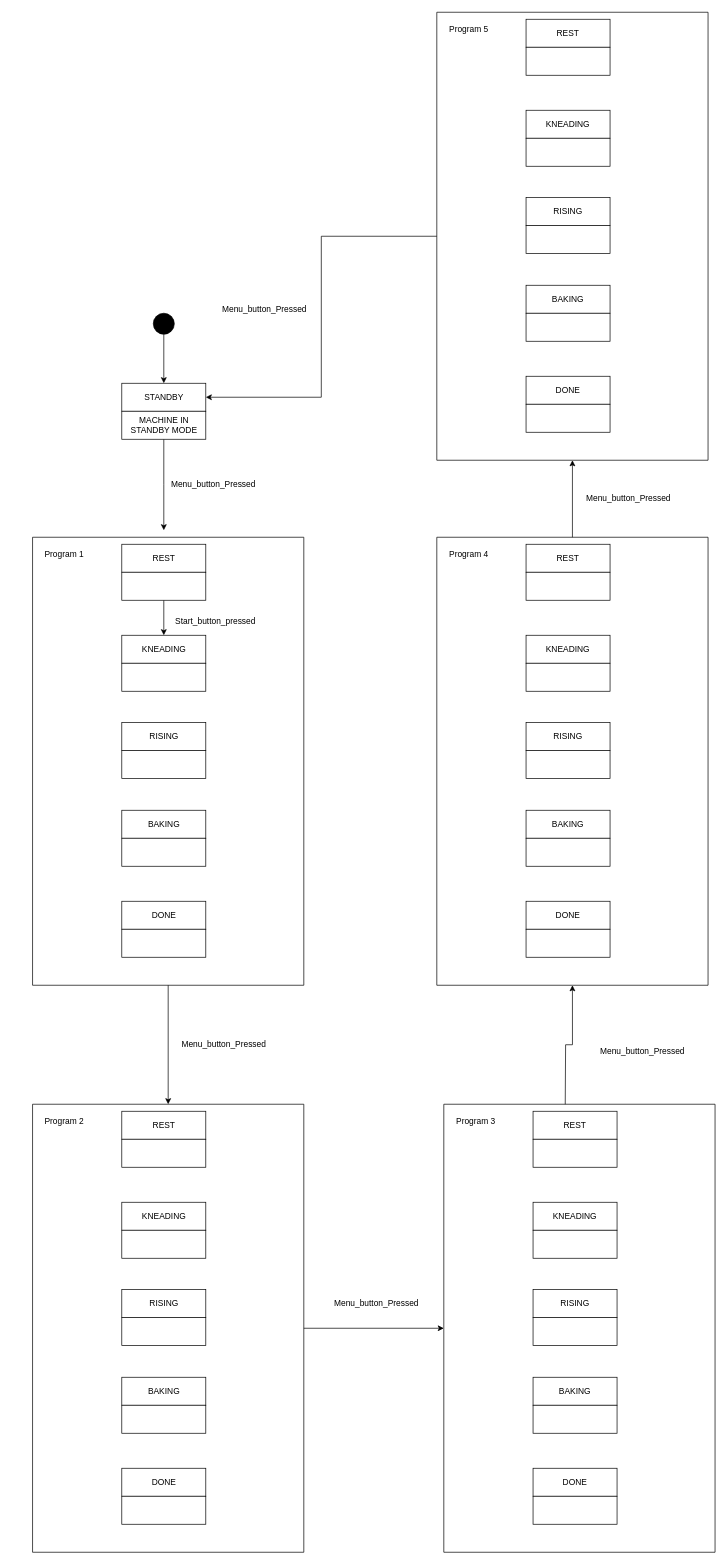
TiemonS/Tiemon-Steeghs-Semester-3-Repository keeps this draw.io diagram as Sofware Design/States/Breadbaker states.drawio. Above is the earlier version. Source tidied: cells renumbered, new cells numbered last; positions are measured from the earlier drawing's top-left corner, leaving out a move shared by most shapes. Both pictures are drawn from the tidied source at 70%, with x=0, y=0 at pixel (32, 12).
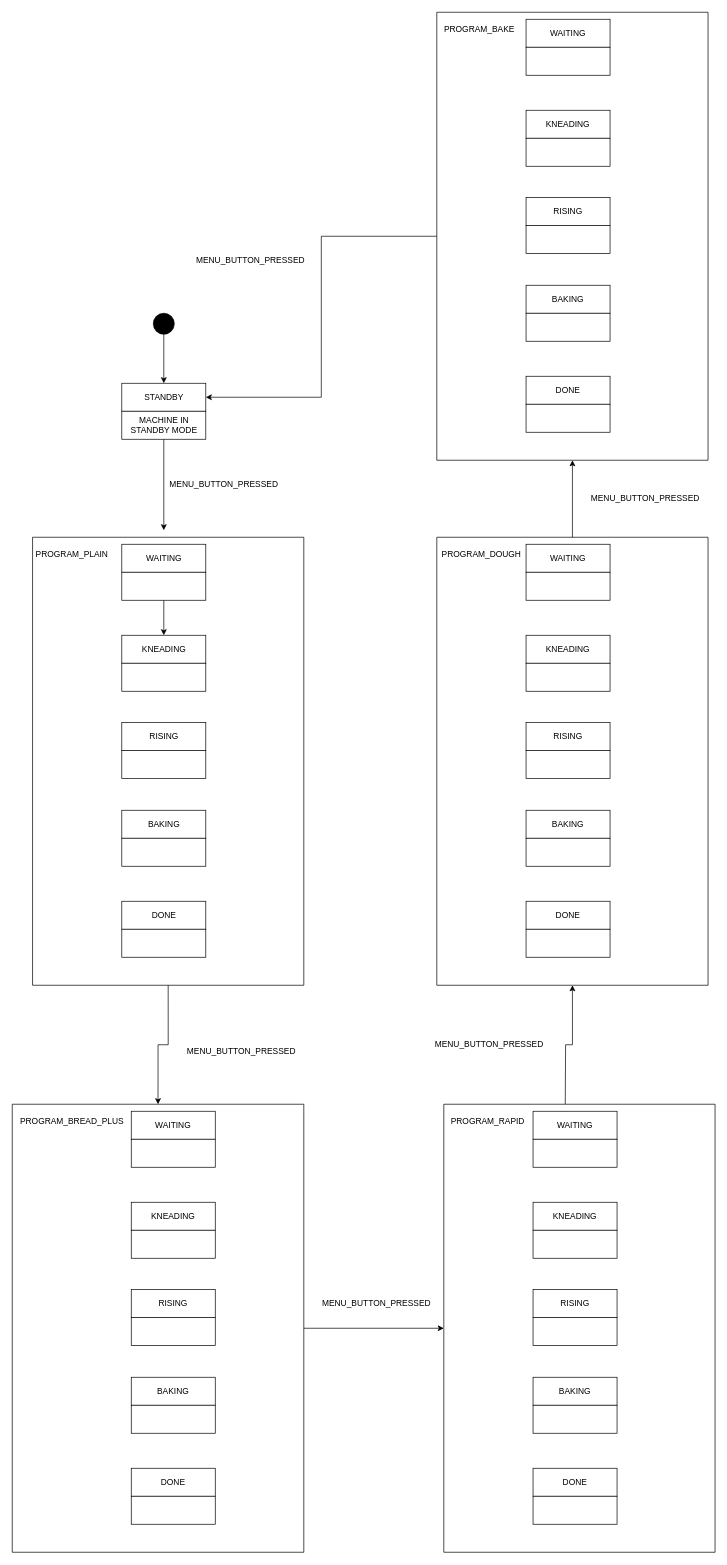
The same diagram, later.

The change refers to these unchanged cells:
```xml
<mxCell id="9" style="swimlane;startSize=0;" parent="1" vertex="1">
  <mxGeometry y="750" width="387.5" height="640" as="geometry" />
</mxCell>
<mxCell id="37" style="swimlane;startSize=0;" parent="1" vertex="1">
  <mxGeometry x="587.5" y="1560" width="387.5" height="640" as="geometry" />
</mxCell>
<mxCell id="50" style="swimlane;startSize=0;" parent="1" vertex="1">
  <mxGeometry x="577.5" y="750" width="387.5" height="640" as="geometry" />
</mxCell>
<mxCell id="63" style="swimlane;startSize=0;" parent="1" vertex="1">
  <mxGeometry x="577.5" width="387.5" height="640" as="geometry" />
</mxCell>
```

Diff of the diagram source:
```diff
@@
-    <mxCell id="7" value="Menu_button_Pressed" style="text;html=1;align=center;verticalAlign=middle;strokeColor=none;fillColor=none;" parent="1" vertex="1">
-      <mxGeometry x="187.5" y="660" width="140" height="30" as="geometry" />
+    <mxCell id="7" value="MENU_BUTTON_PRESSED" style="text;html=1;align=center;verticalAlign=middle;strokeColor=none;fillColor=none;" parent="1" vertex="1">
+      <mxGeometry x="182.5" y="660" width="180" height="30" as="geometry" />
     </mxCell>
@@
-    <mxCell id="10" value="Program 1" style="text;html=1;align=center;verticalAlign=middle;strokeColor=none;fillColor=none;" parent="9" vertex="1">
-      <mxGeometry x="5" y="10" width="80" height="30" as="geometry" />
+    <mxCell id="10" value="PROGRAM_PLAIN" style="text;html=1;align=center;verticalAlign=middle;strokeColor=none;fillColor=none;" parent="9" vertex="1">
+      <mxGeometry x="-9" y="10" width="130" height="30" as="geometry" />
     </mxCell>
-    <mxCell id="11" value="REST" style="rounded=0;whiteSpace=wrap;html=1;" parent="9" vertex="1">
+    <mxCell id="11" value="WAITING" style="rounded=0;whiteSpace=wrap;html=1;" parent="9" vertex="1">
       <mxGeometry x="127.5" y="10" width="120" height="40" as="geometry" />
     </mxCell>
@@
-    <mxCell id="22" value="Start_button_pressed" style="text;html=1;align=center;verticalAlign=middle;strokeColor=none;fillColor=none;" parent="9" vertex="1">
-      <mxGeometry x="191" y="105" width="140" height="30" as="geometry" />
-    </mxCell>
@@
     <mxCell id="24" style="swimlane;startSize=0;" parent="1" vertex="1">
-      <mxGeometry y="1560" width="387.5" height="640" as="geometry" />
+      <mxGeometry x="-29" y="1560" width="416.5" height="640" as="geometry" />
     </mxCell>
-    <mxCell id="25" value="Program 2" style="text;html=1;align=center;verticalAlign=middle;strokeColor=none;fillColor=none;" parent="24" vertex="1">
-      <mxGeometry x="5" y="10" width="80" height="30" as="geometry" />
-    </mxCell>
-    <mxCell id="26" value="REST" style="rounded=0;whiteSpace=wrap;html=1;" parent="24" vertex="1">
-      <mxGeometry x="127.5" y="10" width="120" height="40" as="geometry" />
+    <mxCell id="26" value="WAITING" style="rounded=0;whiteSpace=wrap;html=1;" parent="24" vertex="1">
+      <mxGeometry x="170" y="10" width="120" height="40" as="geometry" />
     </mxCell>
     <mxCell id="27" style="rounded=0;whiteSpace=wrap;html=1;" parent="24" vertex="1">
-      <mxGeometry x="127.5" y="50" width="120" height="40" as="geometry" />
+      <mxGeometry x="170" y="50" width="120" height="40" as="geometry" />
     </mxCell>
     <mxCell id="28" value="KNEADING" style="rounded=0;whiteSpace=wrap;html=1;" parent="24" vertex="1">
-      <mxGeometry x="127.5" y="140" width="120" height="40" as="geometry" />
+      <mxGeometry x="170" y="140" width="120" height="40" as="geometry" />
     </mxCell>
     <mxCell id="29" style="rounded=0;whiteSpace=wrap;html=1;" parent="24" vertex="1">
-      <mxGeometry x="127.5" y="180" width="120" height="40" as="geometry" />
+      <mxGeometry x="170" y="180" width="120" height="40" as="geometry" />
     </mxCell>
     <mxCell id="30" value="RISING" style="rounded=0;whiteSpace=wrap;html=1;" parent="24" vertex="1">
-      <mxGeometry x="127.5" y="264.5" width="120" height="40" as="geometry" />
+      <mxGeometry x="170" y="264.5" width="120" height="40" as="geometry" />
     </mxCell>
     <mxCell id="31" style="rounded=0;whiteSpace=wrap;html=1;" parent="24" vertex="1">
-      <mxGeometry x="127.5" y="304.5" width="120" height="40" as="geometry" />
+      <mxGeometry x="170" y="304.5" width="120" height="40" as="geometry" />
     </mxCell>
     <mxCell id="32" value="BAKING" style="rounded=0;whiteSpace=wrap;html=1;" parent="24" vertex="1">
-      <mxGeometry x="127.5" y="390" width="120" height="40" as="geometry" />
+      <mxGeometry x="170" y="390" width="120" height="40" as="geometry" />
     </mxCell>
     <mxCell id="33" style="rounded=0;whiteSpace=wrap;html=1;" parent="24" vertex="1">
-      <mxGeometry x="127.5" y="430" width="120" height="40" as="geometry" />
+      <mxGeometry x="170" y="430" width="120" height="40" as="geometry" />
     </mxCell>
     <mxCell id="34" value="DONE" style="rounded=0;whiteSpace=wrap;html=1;" parent="24" vertex="1">
-      <mxGeometry x="127.5" y="520" width="120" height="40" as="geometry" />
+      <mxGeometry x="170" y="520" width="120" height="40" as="geometry" />
     </mxCell>
     <mxCell id="35" style="rounded=0;whiteSpace=wrap;html=1;" parent="24" vertex="1">
-      <mxGeometry x="127.5" y="560" width="120" height="40" as="geometry" />
+      <mxGeometry x="170" y="560" width="120" height="40" as="geometry" />
     </mxCell>
+    <mxCell id="25" value="PROGRAM_BREAD_PLUS" style="text;html=1;align=center;verticalAlign=middle;strokeColor=none;fillColor=none;" parent="24" vertex="1">
+      <mxGeometry y="10" width="170" height="30" as="geometry" />
+    </mxCell>
@@
-    <mxCell id="38" value="Program 3" style="text;html=1;align=center;verticalAlign=middle;strokeColor=none;fillColor=none;" parent="37" vertex="1">
-      <mxGeometry x="5" y="10" width="80" height="30" as="geometry" />
+    <mxCell id="38" value="PROGRAM_RAPID" style="text;html=1;align=center;verticalAlign=middle;strokeColor=none;fillColor=none;" parent="37" vertex="1">
+      <mxGeometry x="-2.5" y="10" width="130" height="30" as="geometry" />
     </mxCell>
-    <mxCell id="39" value="REST" style="rounded=0;whiteSpace=wrap;html=1;" parent="37" vertex="1">
+    <mxCell id="39" value="WAITING" style="rounded=0;whiteSpace=wrap;html=1;" parent="37" vertex="1">
       <mxGeometry x="127.5" y="10" width="120" height="40" as="geometry" />
     </mxCell>
@@
-    <mxCell id="51" value="Program 4" style="text;html=1;align=center;verticalAlign=middle;strokeColor=none;fillColor=none;" parent="50" vertex="1">
-      <mxGeometry x="5" y="10" width="80" height="30" as="geometry" />
+    <mxCell id="51" value="PROGRAM_DOUGH" style="text;html=1;align=center;verticalAlign=middle;strokeColor=none;fillColor=none;" parent="50" vertex="1">
+      <mxGeometry x="-6.5" y="10" width="140" height="30" as="geometry" />
     </mxCell>
-    <mxCell id="52" value="REST" style="rounded=0;whiteSpace=wrap;html=1;" parent="50" vertex="1">
+    <mxCell id="52" value="WAITING" style="rounded=0;whiteSpace=wrap;html=1;" parent="50" vertex="1">
       <mxGeometry x="127.5" y="10" width="120" height="40" as="geometry" />
     </mxCell>
@@
-    <mxCell id="64" value="Program 5" style="text;html=1;align=center;verticalAlign=middle;strokeColor=none;fillColor=none;" parent="63" vertex="1">
-      <mxGeometry x="5" y="10" width="80" height="30" as="geometry" />
+    <mxCell id="64" value="PROGRAM_BAKE" style="text;html=1;align=center;verticalAlign=middle;strokeColor=none;fillColor=none;" parent="63" vertex="1">
+      <mxGeometry y="10" width="120" height="30" as="geometry" />
     </mxCell>
-    <mxCell id="65" value="REST" style="rounded=0;whiteSpace=wrap;html=1;" parent="63" vertex="1">
+    <mxCell id="65" value="WAITING" style="rounded=0;whiteSpace=wrap;html=1;" parent="63" vertex="1">
       <mxGeometry x="127.5" y="10" width="120" height="40" as="geometry" />
     </mxCell>
@@
-    <mxCell id="75" value="Menu_button_Pressed" style="text;html=1;align=center;verticalAlign=middle;strokeColor=none;fillColor=none;" parent="1" vertex="1">
-      <mxGeometry x="202.5" y="1460" width="140" height="30" as="geometry" />
-    </mxCell>
-    <mxCell id="76" value="Menu_button_Pressed" style="text;html=1;align=center;verticalAlign=middle;strokeColor=none;fillColor=none;" parent="1" vertex="1">
-      <mxGeometry x="421" y="1830" width="140" height="30" as="geometry" />
-    </mxCell>
-    <mxCell id="77" value="Menu_button_Pressed" style="text;html=1;align=center;verticalAlign=middle;strokeColor=none;fillColor=none;" parent="1" vertex="1">
-      <mxGeometry x="801" y="1470" width="140" height="30" as="geometry" />
-    </mxCell>
-    <mxCell id="78" value="Menu_button_Pressed" style="text;html=1;align=center;verticalAlign=middle;strokeColor=none;fillColor=none;" parent="1" vertex="1">
-      <mxGeometry x="781" y="680" width="140" height="30" as="geometry" />
-    </mxCell>
-    <mxCell id="79" value="Menu_button_Pressed" style="text;html=1;align=center;verticalAlign=middle;strokeColor=none;fillColor=none;" parent="1" vertex="1">
-      <mxGeometry x="261" y="410" width="140" height="30" as="geometry" />
-    </mxCell>
+    <mxCell id="80" value="MENU_BUTTON_PRESSED" style="text;html=1;align=center;verticalAlign=middle;strokeColor=none;fillColor=none;" parent="1" vertex="1">
+      <mxGeometry x="221" y="340" width="180" height="30" as="geometry" />
+    </mxCell>
+    <mxCell id="81" value="MENU_BUTTON_PRESSED" style="text;html=1;align=center;verticalAlign=middle;strokeColor=none;fillColor=none;" parent="1" vertex="1">
+      <mxGeometry x="785" y="680" width="180" height="30" as="geometry" />
+    </mxCell>
+    <mxCell id="82" value="MENU_BUTTON_PRESSED" style="text;html=1;align=center;verticalAlign=middle;strokeColor=none;fillColor=none;" parent="1" vertex="1">
+      <mxGeometry x="207.5" y="1470" width="180" height="30" as="geometry" />
+    </mxCell>
+    <mxCell id="83" value="MENU_BUTTON_PRESSED" style="text;html=1;align=center;verticalAlign=middle;strokeColor=none;fillColor=none;" parent="1" vertex="1">
+      <mxGeometry x="562" y="1460" width="180" height="30" as="geometry" />
+    </mxCell>
+    <mxCell id="84" value="MENU_BUTTON_PRESSED" style="text;html=1;align=center;verticalAlign=middle;strokeColor=none;fillColor=none;" parent="1" vertex="1">
+      <mxGeometry x="401" y="1830" width="180" height="30" as="geometry" />
+    </mxCell>
```
